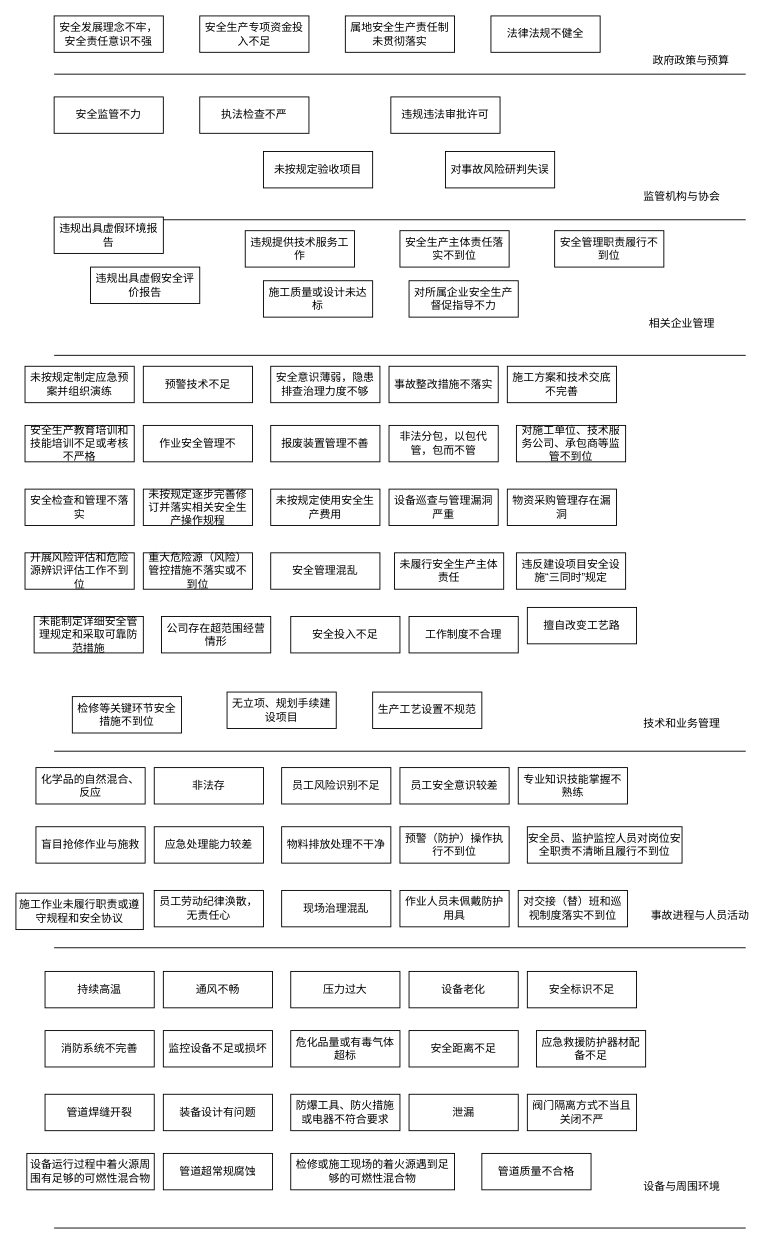
Above: 未命名绘图.drawio in fangjiarong/docs (draw.io), before the change. Source tidied: cells renumbered, new cells numbered last; positions are measured from the earlier drawing's top-left corner, leaving out a move shared by most shapes. Both pictures are drawn from the tidied source at 91%, with x=0, y=0 at pixel (15, 15).
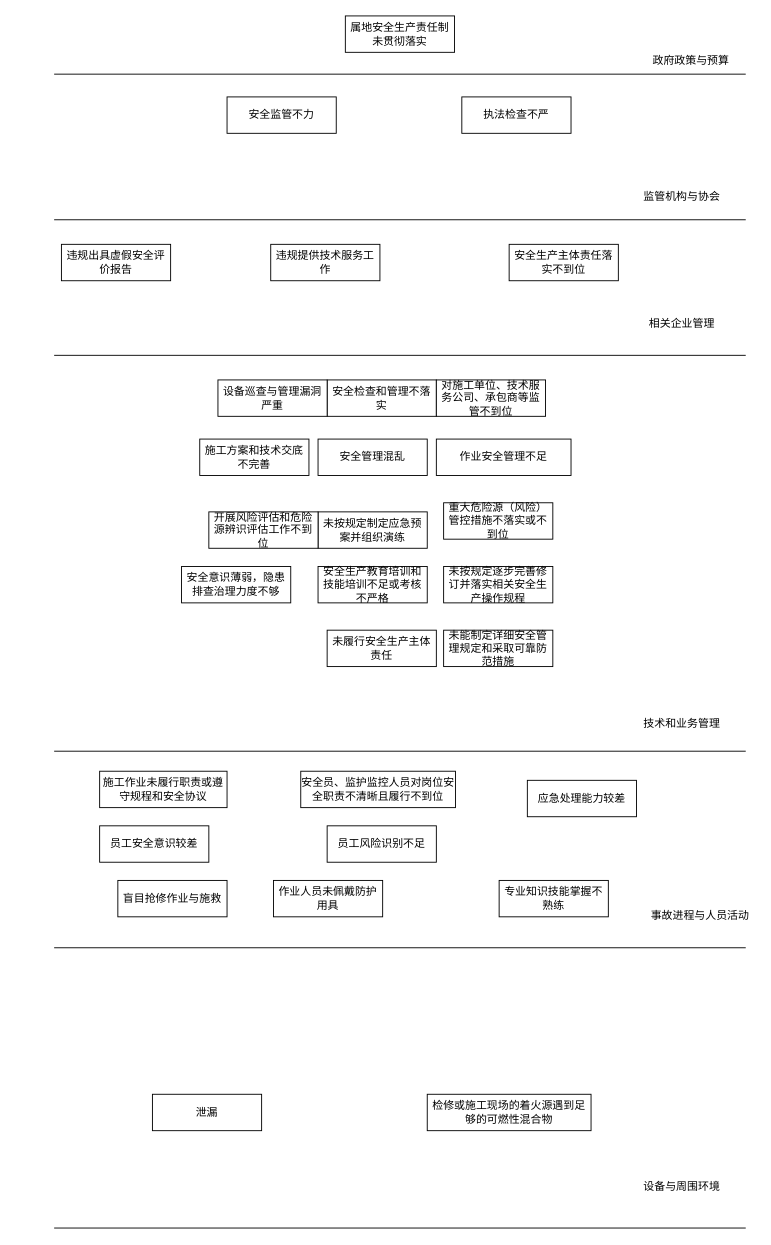
The same page after the edit.

Diff of the diagram source:
```diff
@@
-    <mxCell id="14" value="安全发展理念不牢，安全责任意识不强" style="rounded=0;whiteSpace=wrap;html=1;" parent="1" vertex="1">
-      <mxGeometry x="42" width="120" height="40" as="geometry" />
-    </mxCell>
-    <mxCell id="15" value="安全生产专项资金投入不足" style="rounded=0;whiteSpace=wrap;html=1;" parent="1" vertex="1">
-      <mxGeometry x="202" width="120" height="40" as="geometry" />
-    </mxCell>
@@
-    <mxCell id="17" value="法律法规不健全" style="rounded=0;whiteSpace=wrap;html=1;" parent="1" vertex="1">
-      <mxGeometry x="522" width="120" height="40" as="geometry" />
-    </mxCell>
-    <mxCell id="18" value="对事故风险研判失误" style="rounded=0;whiteSpace=wrap;html=1;" parent="1" vertex="1">
-      <mxGeometry x="472" y="149" width="120" height="40" as="geometry" />
-    </mxCell>
-    <mxCell id="19" value="违规违法审批许可" style="rounded=0;whiteSpace=wrap;html=1;" parent="1" vertex="1">
-      <mxGeometry x="412" y="89" width="120" height="40" as="geometry" />
-    </mxCell>
     <mxCell id="20" value="安全监管不力" style="rounded=0;whiteSpace=wrap;html=1;" parent="1" vertex="1">
-      <mxGeometry x="42" y="89" width="120" height="40" as="geometry" />
+      <mxGeometry x="232" y="89" width="120" height="40" as="geometry" />
     </mxCell>
     <mxCell id="21" value="执法检查不严" style="rounded=0;whiteSpace=wrap;html=1;" parent="1" vertex="1">
-      <mxGeometry x="202" y="89" width="120" height="40" as="geometry" />
+      <mxGeometry x="490" y="89" width="120" height="40" as="geometry" />
     </mxCell>
-    <mxCell id="22" value="未按规定验收项目" style="rounded=0;whiteSpace=wrap;html=1;" parent="1" vertex="1">
-      <mxGeometry x="272" y="149" width="120" height="40" as="geometry" />
-    </mxCell>
-    <mxCell id="23" value="违规出具虚假环境报告" style="rounded=0;whiteSpace=wrap;html=1;" parent="1" vertex="1">
-      <mxGeometry x="42" y="221" width="120" height="40" as="geometry" />
-    </mxCell>
     <mxCell id="24" value="违规出具虚假安全评价报告" style="rounded=0;whiteSpace=wrap;html=1;" parent="1" vertex="1">
-      <mxGeometry x="82" y="276" width="120" height="40" as="geometry" />
+      <mxGeometry x="50" y="251" width="120" height="40" as="geometry" />
     </mxCell>
     <mxCell id="25" value="违规提供技术服务工作" style="rounded=0;whiteSpace=wrap;html=1;" parent="1" vertex="1">
-      <mxGeometry x="252" y="236" width="120" height="40" as="geometry" />
+      <mxGeometry x="280" y="251" width="120" height="40" as="geometry" />
     </mxCell>
-    <mxCell id="26" value="施工质量或设计未达标" style="rounded=0;whiteSpace=wrap;html=1;" parent="1" vertex="1">
-      <mxGeometry x="272" y="291" width="120" height="40" as="geometry" />
-    </mxCell>
     <mxCell id="27" value="安全生产主体责任落实不到位" style="rounded=0;whiteSpace=wrap;html=1;" parent="1" vertex="1">
-      <mxGeometry x="422" y="236" width="120" height="40" as="geometry" />
+      <mxGeometry x="542" y="251" width="120" height="40" as="geometry" />
     </mxCell>
-    <mxCell id="28" value="对所属企业安全生产督促指导不力" style="rounded=0;whiteSpace=wrap;html=1;" parent="1" vertex="1">
-      <mxGeometry x="432" y="291" width="120" height="40" as="geometry" />
-    </mxCell>
-    <mxCell id="29" value="安全管理职责履行不到位" style="rounded=0;whiteSpace=wrap;html=1;" parent="1" vertex="1">
-      <mxGeometry x="592" y="236" width="120" height="40" as="geometry" />
-    </mxCell>
     <mxCell id="30" value="未按规定制定应急预案并组织演练" style="rounded=0;whiteSpace=wrap;html=1;" parent="1" vertex="1">
-      <mxGeometry x="10" y="385" width="120" height="40" as="geometry" />
+      <mxGeometry x="332" y="545" width="120" height="40" as="geometry" />
     </mxCell>
     <mxCell id="31" value="安全生产教育培训和技能培训不足或考核不严格" style="rounded=0;whiteSpace=wrap;html=1;" parent="1" vertex="1">
-      <mxGeometry x="10" y="450" width="120" height="40" as="geometry" />
+      <mxGeometry x="332" y="605" width="120" height="40" as="geometry" />
     </mxCell>
     <mxCell id="32" value="安全检查和管理不落实" style="rounded=0;whiteSpace=wrap;html=1;" parent="1" vertex="1">
-      <mxGeometry x="10" y="520" width="120" height="40" as="geometry" />
+      <mxGeometry x="342" y="400" width="120" height="40" as="geometry" />
     </mxCell>
-    <mxCell id="33" value="预警技术不足" style="rounded=0;whiteSpace=wrap;html=1;" parent="1" vertex="1">
-      <mxGeometry x="140" y="385" width="120" height="40" as="geometry" />
-    </mxCell>
-    <mxCell id="34" value="作业安全管理不" style="rounded=0;whiteSpace=wrap;html=1;" parent="1" vertex="1">
-      <mxGeometry x="140" y="450" width="120" height="40" as="geometry" />
+    <mxCell id="34" value="作业安全管理不足" style="rounded=0;whiteSpace=wrap;html=1;" parent="1" vertex="1">
+      <mxGeometry x="462" y="465" width="148" height="40" as="geometry" />
     </mxCell>
     <mxCell id="35" value="未按规定逐步完善修订并落实相关安全生产操作规程" style="rounded=0;whiteSpace=wrap;html=1;" parent="1" vertex="1">
-      <mxGeometry x="140" y="520" width="120" height="40" as="geometry" />
+      <mxGeometry x="470" y="605" width="120" height="40" as="geometry" />
     </mxCell>
     <mxCell id="36" value="安全意识薄弱，隐患排查治理力度不够" style="rounded=0;whiteSpace=wrap;html=1;" parent="1" vertex="1">
-      <mxGeometry x="280" y="385" width="120" height="40" as="geometry" />
+      <mxGeometry x="182" y="605" width="120" height="40" as="geometry" />
     </mxCell>
-    <mxCell id="37" value="报废装置管理不善" style="rounded=0;whiteSpace=wrap;html=1;" parent="1" vertex="1">
-      <mxGeometry x="280" y="450" width="120" height="40" as="geometry" />
-    </mxCell>
-    <mxCell id="38" value="未按规定使用安全生产费用" style="rounded=0;whiteSpace=wrap;html=1;" parent="1" vertex="1">
-      <mxGeometry x="280" y="520" width="120" height="40" as="geometry" />
-    </mxCell>
-    <mxCell id="39" value="事故整改措施不落实" style="rounded=0;whiteSpace=wrap;html=1;" parent="1" vertex="1">
-      <mxGeometry x="410" y="385" width="120" height="40" as="geometry" />
-    </mxCell>
-    <mxCell id="40" value="非法分包，以包代管，包而不管" style="rounded=0;whiteSpace=wrap;html=1;" parent="1" vertex="1">
-      <mxGeometry x="410" y="450" width="120" height="40" as="geometry" />
-    </mxCell>
     <mxCell id="41" value="设备巡查与管理漏洞严重" style="rounded=0;whiteSpace=wrap;html=1;" parent="1" vertex="1">
-      <mxGeometry x="410" y="520" width="120" height="40" as="geometry" />
+      <mxGeometry x="222" y="400" width="120" height="40" as="geometry" />
     </mxCell>
     <mxCell id="42" value="施工方案和技术交底不完善" style="rounded=0;whiteSpace=wrap;html=1;" parent="1" vertex="1">
-      <mxGeometry x="540" y="385" width="120" height="40" as="geometry" />
+      <mxGeometry x="202" y="465" width="120" height="40" as="geometry" />
     </mxCell>
     <mxCell id="43" value="对施工单位、技术服务公司、承包商等监管不到位" style="rounded=0;whiteSpace=wrap;html=1;" parent="1" vertex="1">
-      <mxGeometry x="550" y="450" width="120" height="40" as="geometry" />
+      <mxGeometry x="462" y="400" width="120" height="40" as="geometry" />
     </mxCell>
-    <mxCell id="44" value="物资采购管理存在漏洞" style="rounded=0;whiteSpace=wrap;html=1;" parent="1" vertex="1">
-      <mxGeometry x="540" y="520" width="120" height="40" as="geometry" />
-    </mxCell>
     <mxCell id="45" value="开展风险评估和危险源辨识评估工作不到位" style="rounded=0;whiteSpace=wrap;html=1;" parent="1" vertex="1">
-      <mxGeometry x="10" y="590" width="120" height="40" as="geometry" />
+      <mxGeometry x="212" y="545" width="120" height="40" as="geometry" />
     </mxCell>
     <mxCell id="46" value="重大危险源（风险）管控措施不落实或不到位" style="rounded=0;whiteSpace=wrap;html=1;" parent="1" vertex="1">
-      <mxGeometry x="140" y="590" width="120" height="40" as="geometry" />
+      <mxGeometry x="470" y="535" width="120" height="40" as="geometry" />
     </mxCell>
     <mxCell id="47" value="安全管理混乱" style="rounded=0;whiteSpace=wrap;html=1;" parent="1" vertex="1">
-      <mxGeometry x="280" y="590" width="120" height="40" as="geometry" />
+      <mxGeometry x="332" y="465" width="120" height="40" as="geometry" />
     </mxCell>
     <mxCell id="48" value="未履行安全生产主体责任" style="rounded=0;whiteSpace=wrap;html=1;" parent="1" vertex="1">
-      <mxGeometry x="416" y="590" width="120" height="40" as="geometry" />
+      <mxGeometry x="342" y="675" width="120" height="40" as="geometry" />
     </mxCell>
-    <mxCell id="49" value="违反建设项目安全设施“三同时”规定" style="rounded=0;whiteSpace=wrap;html=1;" parent="1" vertex="1">
-      <mxGeometry x="550" y="590" width="120" height="40" as="geometry" />
-    </mxCell>
     <mxCell id="50" value="未能制定详细安全管理规定和采取可靠防范措施" style="rounded=0;whiteSpace=wrap;html=1;" parent="1" vertex="1">
-      <mxGeometry x="20" y="660" width="120" height="40" as="geometry" />
+      <mxGeometry x="470" y="675" width="120" height="40" as="geometry" />
     </mxCell>
-    <mxCell id="51" value="公司存在超范围经营情形" style="rounded=0;whiteSpace=wrap;html=1;" parent="1" vertex="1">
-      <mxGeometry x="160" y="660" width="120" height="40" as="geometry" />
-    </mxCell>
-    <mxCell id="52" value="安全投入不足" style="rounded=0;whiteSpace=wrap;html=1;" parent="1" vertex="1">
-      <mxGeometry x="302" y="660" width="120" height="40" as="geometry" />
-    </mxCell>
-    <mxCell id="53" value="工作制度不合理" style="rounded=0;whiteSpace=wrap;html=1;" parent="1" vertex="1">
-      <mxGeometry x="432" y="660" width="120" height="40" as="geometry" />
-    </mxCell>
-    <mxCell id="54" value="擅自改变工艺路" style="rounded=0;whiteSpace=wrap;html=1;" parent="1" vertex="1">
-      <mxGeometry x="562" y="650" width="120" height="40" as="geometry" />
-    </mxCell>
-    <mxCell id="55" value="检修等关键环节安全措施不到位" style="rounded=0;whiteSpace=wrap;html=1;" parent="1" vertex="1">
-      <mxGeometry x="62" y="748" width="120" height="40" as="geometry" />
-    </mxCell>
-    <mxCell id="56" value="无立项、规划手续建设项目" style="rounded=0;whiteSpace=wrap;html=1;" parent="1" vertex="1">
-      <mxGeometry x="232" y="743" width="120" height="40" as="geometry" />
-    </mxCell>
-    <mxCell id="57" value="生产工艺设置不规范" style="rounded=0;whiteSpace=wrap;html=1;" parent="1" vertex="1">
-      <mxGeometry x="392" y="743" width="120" height="40" as="geometry" />
-    </mxCell>
-    <mxCell id="58" value="化学品的自然混合、反应" style="rounded=0;whiteSpace=wrap;html=1;" parent="1" vertex="1">
-      <mxGeometry x="22" y="826" width="120" height="40" as="geometry" />
-    </mxCell>
     <mxCell id="59" value="盲目抢修作业与施救" style="rounded=0;whiteSpace=wrap;html=1;" parent="1" vertex="1">
-      <mxGeometry x="22" y="891" width="120" height="40" as="geometry" />
+      <mxGeometry x="112" y="950" width="120" height="40" as="geometry" />
     </mxCell>
     <mxCell id="60" value="施工作业未履行职责或遵守规程和安全协议" style="rounded=0;whiteSpace=wrap;html=1;" parent="1" vertex="1">
-      <mxGeometry y="964" width="140" height="40" as="geometry" />
+      <mxGeometry x="92" y="830" width="140" height="40" as="geometry" />
     </mxCell>
-    <mxCell id="61" value="非法存" style="rounded=0;whiteSpace=wrap;html=1;" parent="1" vertex="1">
-      <mxGeometry x="152" y="826" width="120" height="40" as="geometry" />
-    </mxCell>
     <mxCell id="62" value="应急处理能力较差" style="rounded=0;whiteSpace=wrap;html=1;" parent="1" vertex="1">
-      <mxGeometry x="152" y="891" width="120" height="40" as="geometry" />
+      <mxGeometry x="562" y="840" width="120" height="40" as="geometry" />
     </mxCell>
-    <mxCell id="63" value="员工劳动纪律涣散，无责任心" style="rounded=0;whiteSpace=wrap;html=1;" parent="1" vertex="1">
-      <mxGeometry x="152" y="961" width="120" height="40" as="geometry" />
-    </mxCell>
     <mxCell id="64" value="员工风险识别不足" style="rounded=0;whiteSpace=wrap;html=1;" parent="1" vertex="1">
-      <mxGeometry x="292" y="826" width="120" height="40" as="geometry" />
+      <mxGeometry x="342" y="890" width="120" height="40" as="geometry" />
     </mxCell>
-    <mxCell id="65" value="物料排放处理不干净" style="rounded=0;whiteSpace=wrap;html=1;" parent="1" vertex="1">
-      <mxGeometry x="292" y="891" width="120" height="40" as="geometry" />
-    </mxCell>
-    <mxCell id="66" value="现场治理混乱" style="rounded=0;whiteSpace=wrap;html=1;" parent="1" vertex="1">
-      <mxGeometry x="292" y="961" width="120" height="40" as="geometry" />
-    </mxCell>
     <mxCell id="67" value="员工安全意识较差" style="rounded=0;whiteSpace=wrap;html=1;" parent="1" vertex="1">
-      <mxGeometry x="422" y="826" width="120" height="40" as="geometry" />
+      <mxGeometry x="92" y="890" width="120" height="40" as="geometry" />
     </mxCell>
-    <mxCell id="68" value="预警（防护）操作执行不到位" style="rounded=0;whiteSpace=wrap;html=1;" parent="1" vertex="1">
-      <mxGeometry x="422" y="891" width="120" height="40" as="geometry" />
-    </mxCell>
     <mxCell id="69" value="作业人员未佩戴防护用具" style="rounded=0;whiteSpace=wrap;html=1;" parent="1" vertex="1">
-      <mxGeometry x="422" y="961" width="120" height="40" as="geometry" />
+      <mxGeometry x="283" y="950" width="120" height="40" as="geometry" />
     </mxCell>
     <mxCell id="70" value="专业知识技能掌握不熟练" style="rounded=0;whiteSpace=wrap;html=1;" parent="1" vertex="1">
-      <mxGeometry x="552" y="826" width="120" height="40" as="geometry" />
+      <mxGeometry x="531" y="950" width="120" height="40" as="geometry" />
     </mxCell>
     <mxCell id="71" value="安全员、监护监控人员对岗位安全职责不清晰且履行不到位" style="rounded=0;whiteSpace=wrap;html=1;" parent="1" vertex="1">
-      <mxGeometry x="562" y="891" width="170" height="40" as="geometry" />
+      <mxGeometry x="313" y="830" width="170" height="40" as="geometry" />
     </mxCell>
-    <mxCell id="72" value="对交接（替）班和巡视制度落实不到位" style="rounded=0;whiteSpace=wrap;html=1;" parent="1" vertex="1">
-      <mxGeometry x="552" y="961" width="120" height="40" as="geometry" />
-    </mxCell>
-    <mxCell id="73" value="持续高温" style="rounded=0;whiteSpace=wrap;html=1;" parent="1" vertex="1">
-      <mxGeometry x="32" y="1050" width="120" height="40" as="geometry" />
-    </mxCell>
-    <mxCell id="74" value="消防系统不完善" style="rounded=0;whiteSpace=wrap;html=1;" parent="1" vertex="1">
-      <mxGeometry x="32" y="1115" width="120" height="40" as="geometry" />
-    </mxCell>
-    <mxCell id="75" value="管道焊缝开裂" style="rounded=0;whiteSpace=wrap;html=1;" parent="1" vertex="1">
-      <mxGeometry x="32" y="1185" width="120" height="40" as="geometry" />
-    </mxCell>
-    <mxCell id="76" value="通风不畅" style="rounded=0;whiteSpace=wrap;html=1;" parent="1" vertex="1">
-      <mxGeometry x="162" y="1050" width="120" height="40" as="geometry" />
-    </mxCell>
-    <mxCell id="77" value="监控设备不足或损坏" style="rounded=0;whiteSpace=wrap;html=1;" parent="1" vertex="1">
-      <mxGeometry x="162" y="1115" width="120" height="40" as="geometry" />
-    </mxCell>
-    <mxCell id="78" value="装备设计有问题" style="rounded=0;whiteSpace=wrap;html=1;" parent="1" vertex="1">
-      <mxGeometry x="162" y="1185" width="120" height="40" as="geometry" />
-    </mxCell>
-    <mxCell id="79" value="压力过大" style="rounded=0;whiteSpace=wrap;html=1;" parent="1" vertex="1">
-      <mxGeometry x="302" y="1050" width="120" height="40" as="geometry" />
-    </mxCell>
-    <mxCell id="80" value="危化品量或有毒气体超标" style="rounded=0;whiteSpace=wrap;html=1;" parent="1" vertex="1">
-      <mxGeometry x="302" y="1115" width="120" height="40" as="geometry" />
-    </mxCell>
-    <mxCell id="81" value="防爆工具、防火措施或电器不符合要求" style="rounded=0;whiteSpace=wrap;html=1;" parent="1" vertex="1">
-      <mxGeometry x="302" y="1185" width="120" height="40" as="geometry" />
-    </mxCell>
-    <mxCell id="82" value="设备老化" style="rounded=0;whiteSpace=wrap;html=1;" parent="1" vertex="1">
-      <mxGeometry x="432" y="1050" width="120" height="40" as="geometry" />
-    </mxCell>
-    <mxCell id="83" value="安全距离不足" style="rounded=0;whiteSpace=wrap;html=1;" parent="1" vertex="1">
-      <mxGeometry x="432" y="1115" width="120" height="40" as="geometry" />
-    </mxCell>
     <mxCell id="84" value="泄漏" style="rounded=0;whiteSpace=wrap;html=1;" parent="1" vertex="1">
-      <mxGeometry x="432" y="1185" width="120" height="40" as="geometry" />
+      <mxGeometry x="150" y="1185" width="120" height="40" as="geometry" />
     </mxCell>
-    <mxCell id="85" value="安全标识不足" style="rounded=0;whiteSpace=wrap;html=1;" parent="1" vertex="1">
-      <mxGeometry x="562" y="1050" width="120" height="40" as="geometry" />
-    </mxCell>
-    <mxCell id="86" value="应急救援防护器材配备不足" style="rounded=0;whiteSpace=wrap;html=1;" parent="1" vertex="1">
-      <mxGeometry x="572" y="1115" width="120" height="40" as="geometry" />
-    </mxCell>
-    <mxCell id="87" value="阀门隔离方式不当且关闭不严" style="rounded=0;whiteSpace=wrap;html=1;" parent="1" vertex="1">
-      <mxGeometry x="562" y="1185" width="120" height="40" as="geometry" />
-    </mxCell>
-    <mxCell id="88" value="设备运行过程中着火源周围有足够的可燃性混合物" style="rounded=0;whiteSpace=wrap;html=1;" parent="1" vertex="1">
-      <mxGeometry x="12" y="1250" width="140" height="40" as="geometry" />
-    </mxCell>
-    <mxCell id="89" value="管道超常规腐蚀" style="rounded=0;whiteSpace=wrap;html=1;" parent="1" vertex="1">
-      <mxGeometry x="162" y="1250" width="120" height="40" as="geometry" />
-    </mxCell>
     <mxCell id="90" value="检修或施工现场的着火源遇到足够的可燃性混合物" style="rounded=0;whiteSpace=wrap;html=1;" parent="1" vertex="1">
-      <mxGeometry x="302" y="1250" width="180" height="40" as="geometry" />
+      <mxGeometry x="452" y="1185" width="180" height="40" as="geometry" />
     </mxCell>
-    <mxCell id="91" value="管道质量不合格" style="rounded=0;whiteSpace=wrap;html=1;" parent="1" vertex="1">
-      <mxGeometry x="512" y="1250" width="120" height="40" as="geometry" />
-    </mxCell>
```
